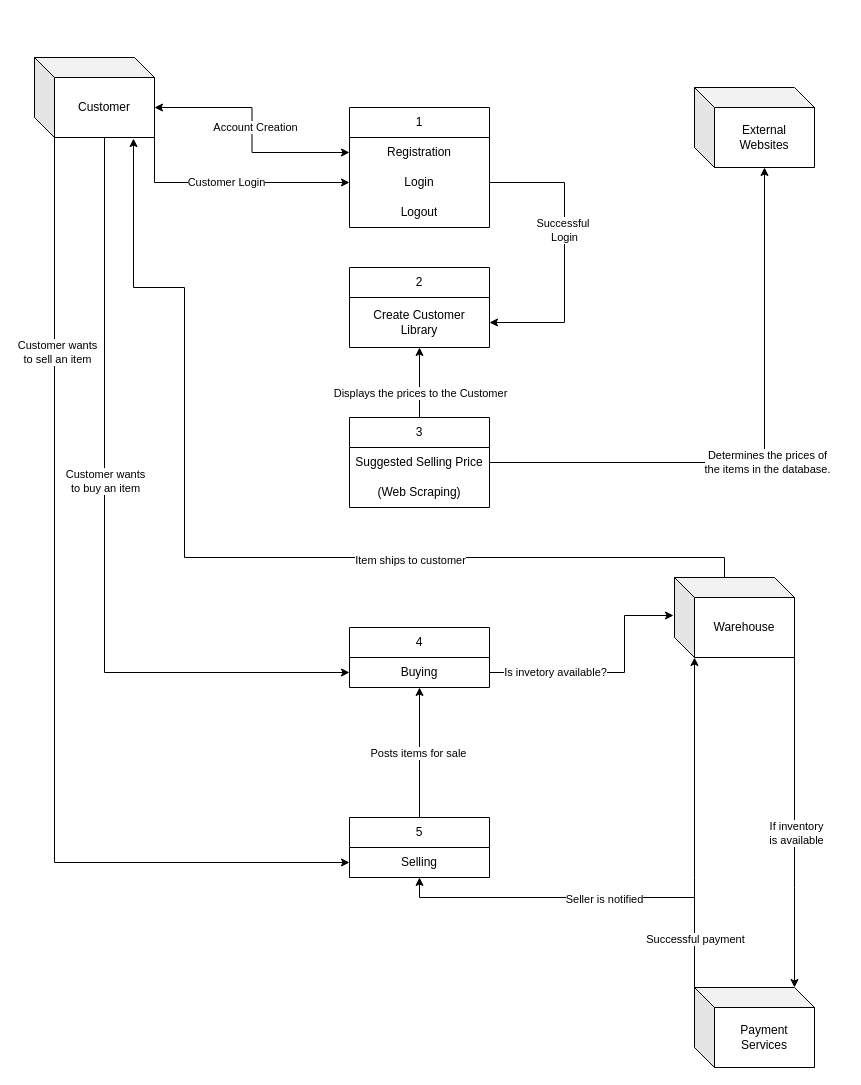
MrChiff/CSC289 keeps this draw.io diagram as CSC289_M3R3/CSC289_M3R3_Diagram0.drawio. Above is the earlier version. Source tidied: cells renumbered, new cells numbered last; positions are measured from the earlier drawing's top-left corner, leaving out a move shared by most shapes. Both pictures are drawn from the tidied source at 100%, with x=0, y=0 at pixel (34, 57).
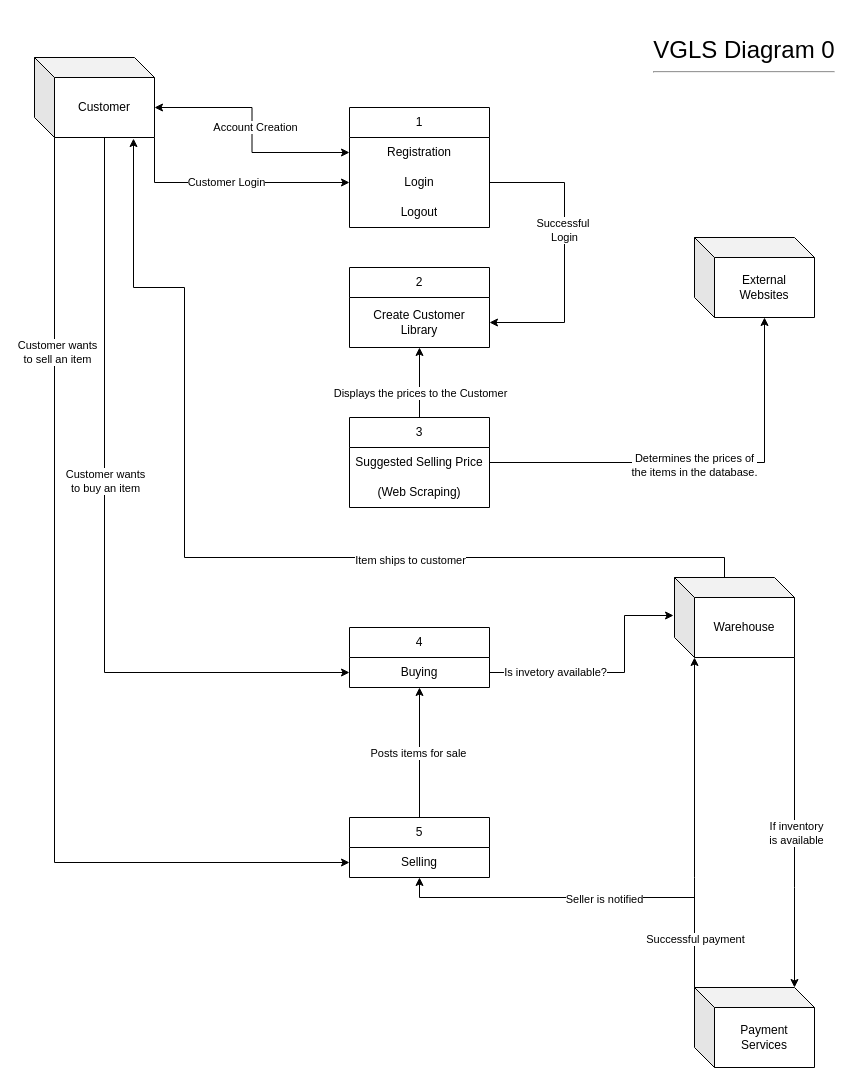
The same page after the edit.

What changed in the source:
```diff
@@
     <mxCell id="27" value="External&lt;br&gt;Websites" style="shape=cube;whiteSpace=wrap;html=1;boundedLbl=1;backgroundOutline=1;darkOpacity=0.05;darkOpacity2=0.1;" parent="1" vertex="1">
-      <mxGeometry x="660" y="30" width="120" height="80" as="geometry" />
+      <mxGeometry x="660" y="180" width="120" height="80" as="geometry" />
     </mxCell>
@@
+    <mxCell id="45" value="&lt;font style=&quot;font-size: 24px;&quot;&gt;VGLS Diagram 0&lt;/font&gt;&lt;hr&gt;" style="text;html=1;align=center;verticalAlign=middle;whiteSpace=wrap;rounded=0;" parent="1" vertex="1">
+      <mxGeometry x="610" y="-40" width="200" height="80" as="geometry" />
+    </mxCell>
```
